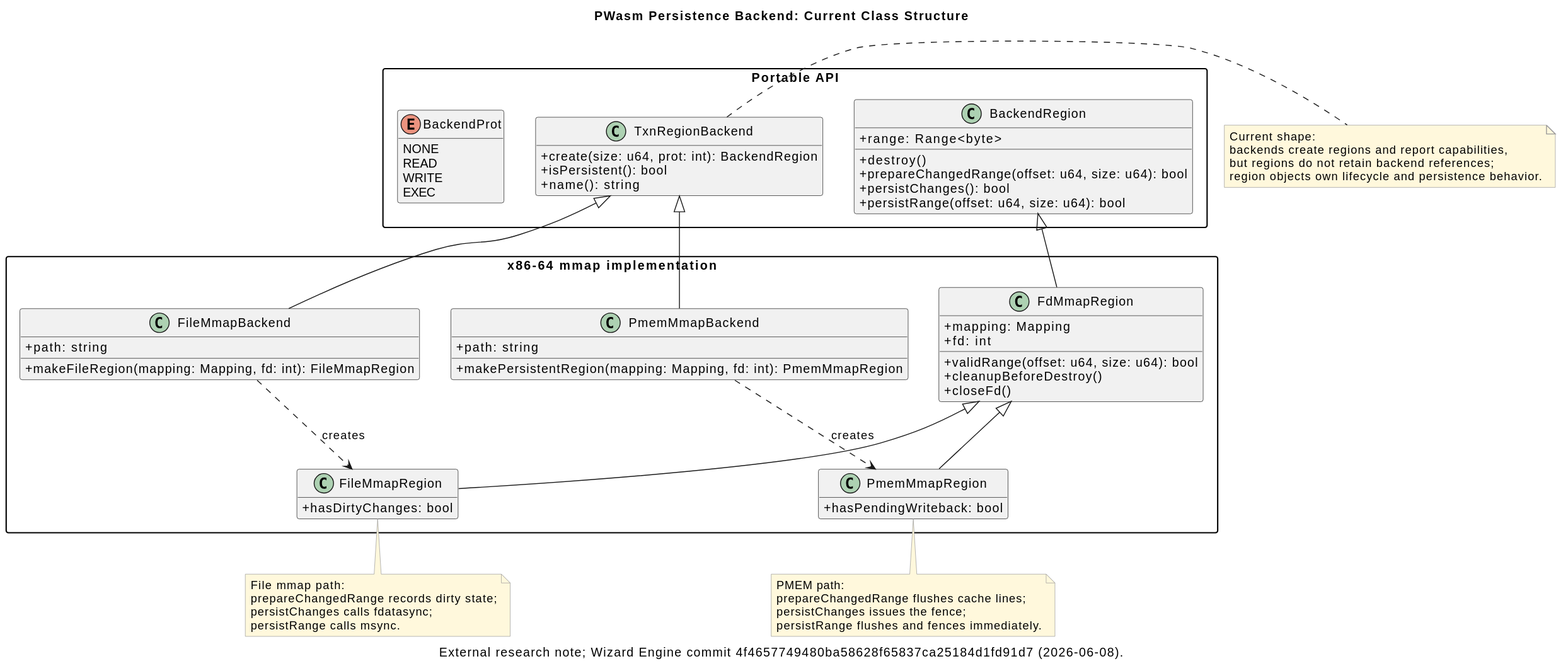
The PlantUML diagram rendered/current-backend-hierarchy.svg in SaltedTan/pwasm-persistence-notes, before a commit.
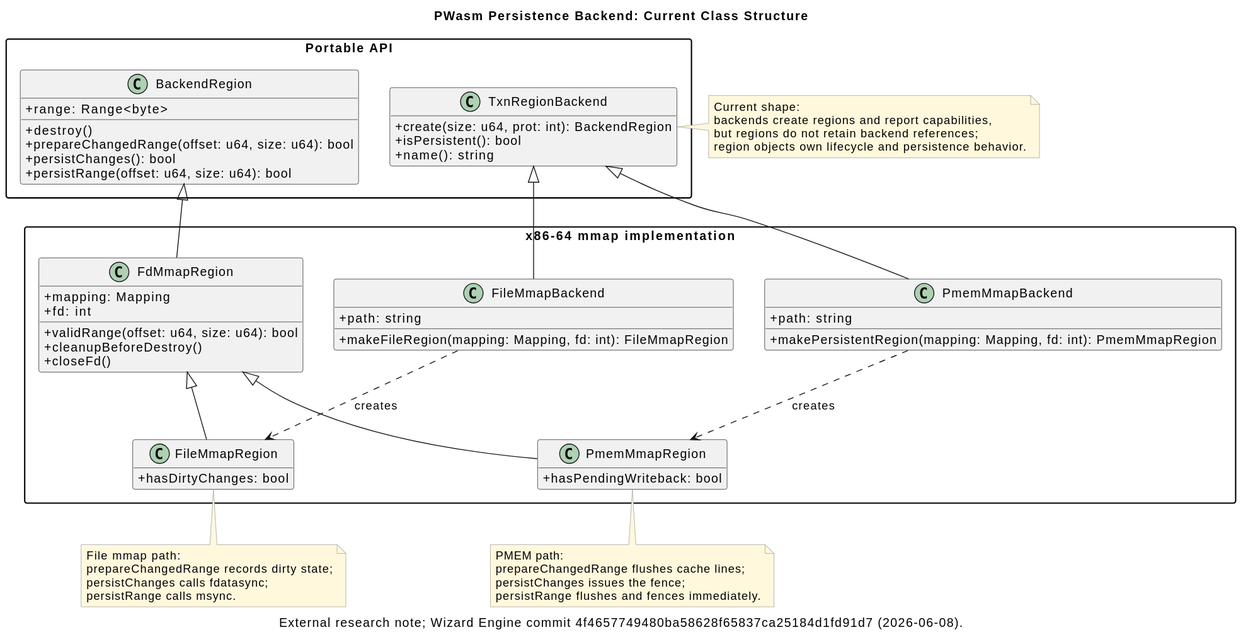
After the change.

Commit message:
Remove backend protection enum from diagram

Diff of the diagram source:
```diff
@@ -17,13 +17,6 @@
     +create(size: u64, prot: int): BackendRegion
     +isPersistent(): bool
     +name(): string
-  }
-
-  enum BackendProt {
-    NONE
-    READ
-    WRITE
-    EXEC
   }
 }
 
```
